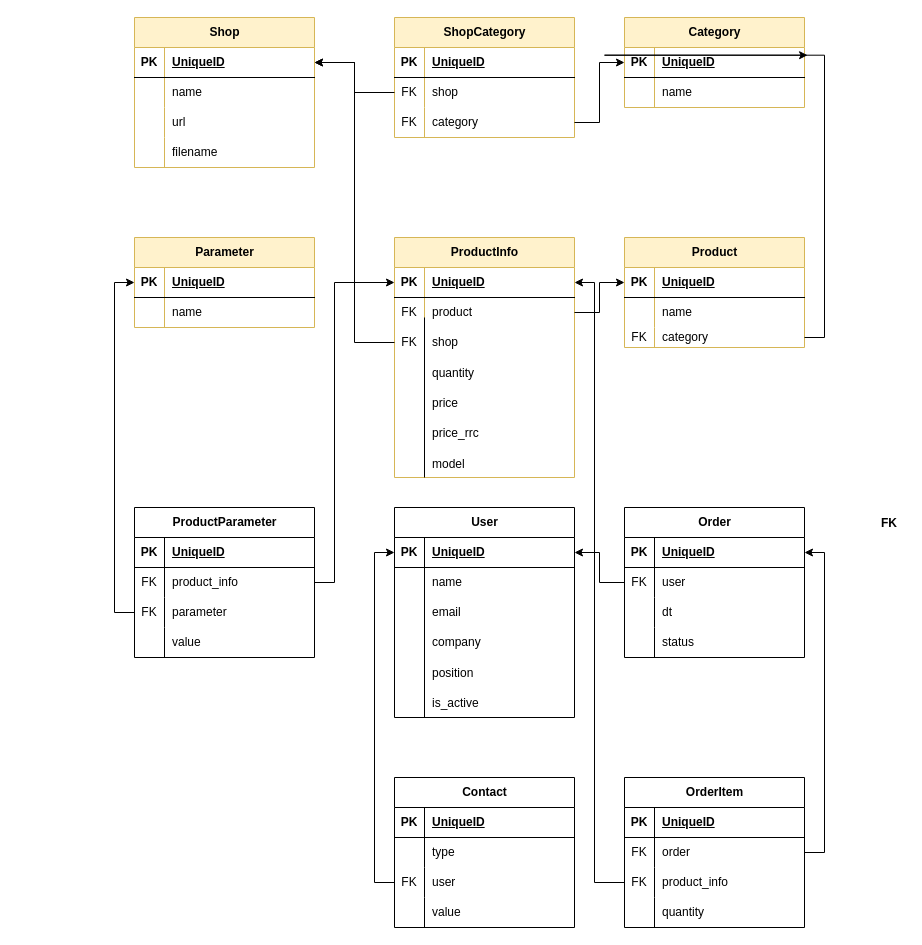
Above: DB_structure.drawio in reanim86/diplom_netology (draw.io), before the change. Source tidied: cells renumbered, new cells numbered last; positions are measured from the earlier drawing's top-left corner, leaving out a move shared by most shapes. Both pictures are drawn from the tidied source at 100%, with x=0, y=0 at pixel (134, 17).
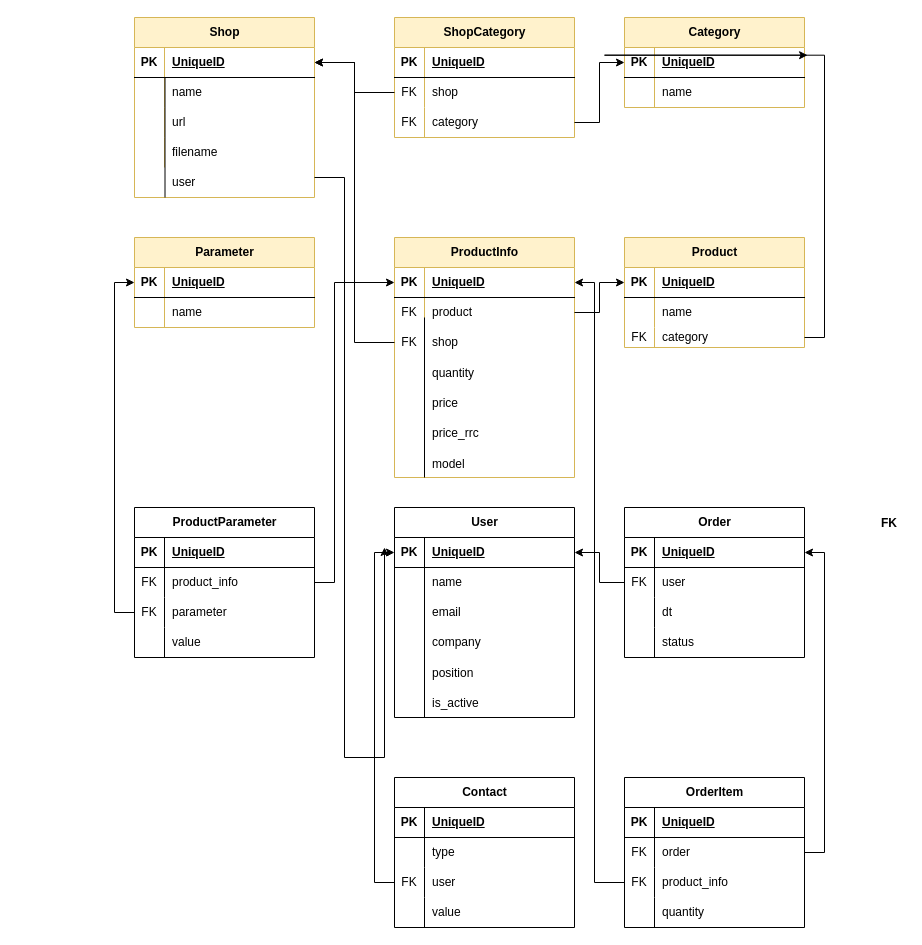
Above is the later version.

Change to the diagram source:
```diff
@@
     <mxCell id="2" value="Shop" style="shape=table;startSize=30;childLayout=tableLayout;rowLines=0;fontStyle=1;align=center;html=1;fillColor=#fff2cc;strokeColor=#d6b656;" parent="1" vertex="1">
-      <mxGeometry width="180" height="150" as="geometry" />
+      <mxGeometry width="180" height="180" as="geometry" />
     </mxCell>
@@
+    <mxCell id="144" value="user" style="shape=partialRectangle;fillColor=none;top=0;left=0;bottom=0;right=0;align=left;spacingLeft=6;overflow=hidden;whiteSpace=wrap;html=1;" parent="1" vertex="1">
+      <mxGeometry x="30" y="150" width="150" height="30" as="geometry" />
+    </mxCell>
+    <mxCell id="145" style="line;strokeWidth=1;direction=south;html=1;perimeter=backbonePerimeter;strokeColor=default;fontFamily=Helvetica;fontSize=12;fontColor=default;fillColor=none;" parent="1" vertex="1">
+      <mxGeometry x="-117" y="60" width="295" height="120" as="geometry" />
+    </mxCell>
+    <mxCell id="146" style="edgeStyle=orthogonalEdgeStyle;rounded=0;orthogonalLoop=1;jettySize=auto;html=1;fontFamily=Helvetica;fontSize=12;fontColor=default;" parent="1" edge="1">
+      <mxGeometry relative="1" as="geometry">
+        <mxPoint x="180" y="160" as="sourcePoint" />
+        <mxPoint x="250" y="530" as="targetPoint" />
+        <Array as="points">
+          <mxPoint x="210" y="160" />
+          <mxPoint x="210" y="740" />
+          <mxPoint x="250" y="740" />
+        </Array>
+      </mxGeometry>
+    </mxCell>
```
